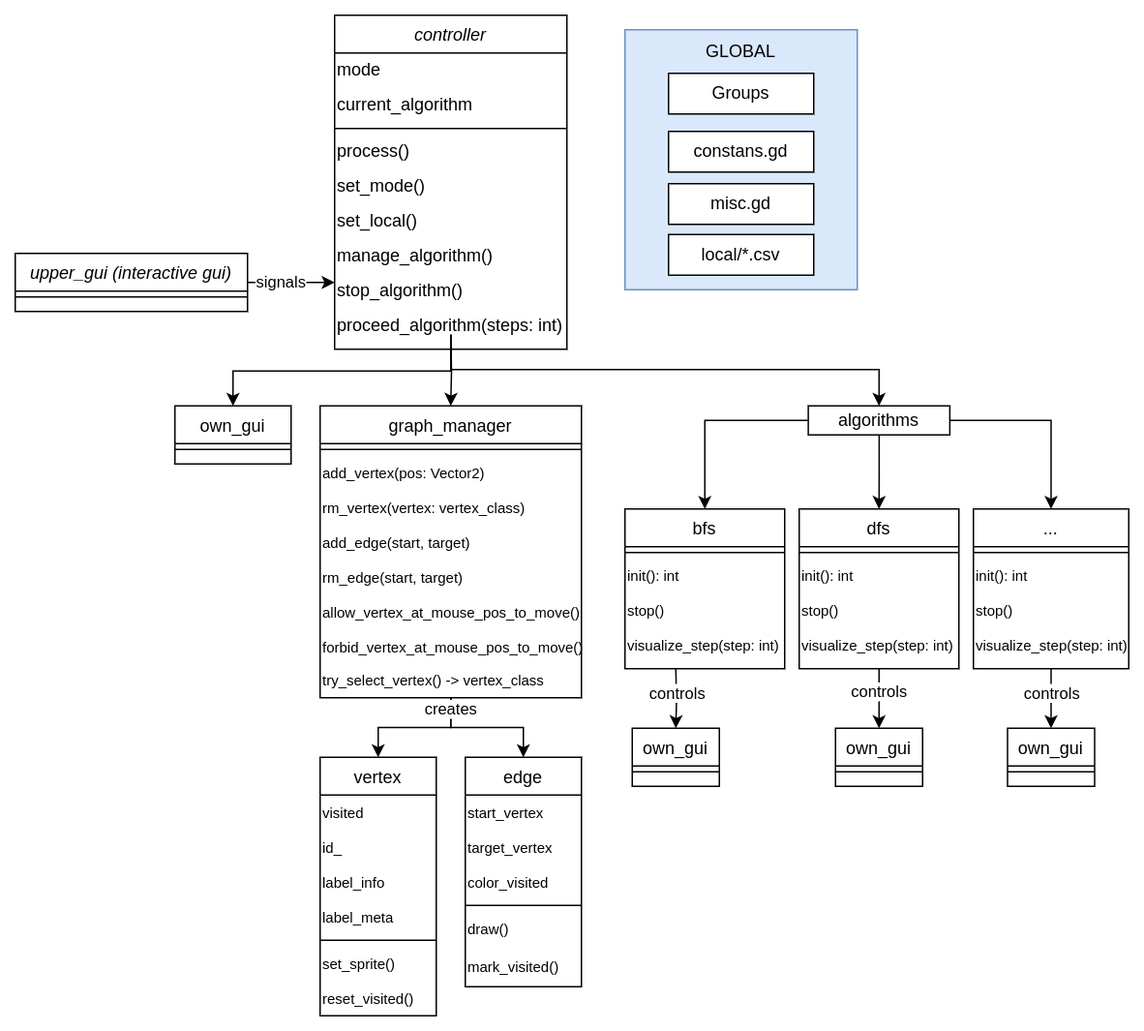
Earlier version of the draw.io export docs/basic_architecture.png (cppcake/visu_alpro). Source tidied: cells renumbered, new cells last; positions are measured from the earlier drawing's top-left corner, leaving out a move shared by most shapes.
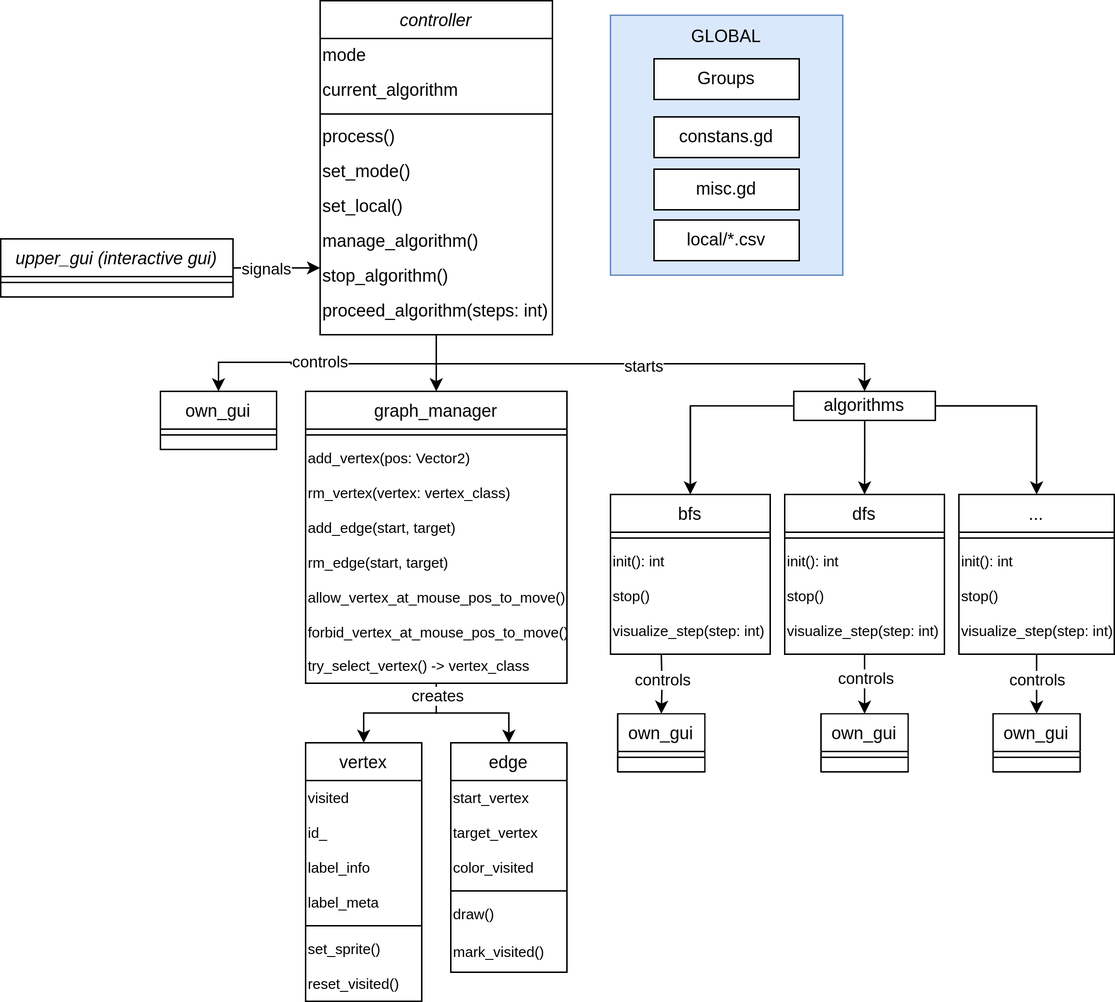
After the change.

Change to the diagram source:
```diff
@@ -5,6 +5,26 @@
     <mxCell id="2" style="whiteSpace=wrap;html=1;fillColor=#dae8fc;strokeColor=#6c8ebf;align=center;" parent="1" vertex="1">
       <mxGeometry x="420" y="10" width="160" height="179" as="geometry" />
     </mxCell>
+    <mxCell id="85" style="edgeStyle=orthogonalEdgeStyle;rounded=0;jettySize=auto;html=1;exitX=0.5;exitY=1;exitDx=0;exitDy=0;entryX=0.5;entryY=0;entryDx=0;entryDy=0;" parent="1" edge="1" source="3" target="16">
+      <mxGeometry relative="1" as="geometry" />
+    </mxCell>
+    <mxCell id="86" style="edgeStyle=orthogonalEdgeStyle;rounded=0;jettySize=auto;html=1;exitX=0.5;exitY=1;exitDx=0;exitDy=0;entryX=0.5;entryY=0;entryDx=0;entryDy=0;" parent="1" edge="1" source="3" target="67">
+      <mxGeometry relative="1" as="geometry" />
+    </mxCell>
+    <mxCell id="87" value="controls" style="edgeLabel;html=1;align=center;verticalAlign=middle;" parent="86" vertex="1">
+      <mxGeometry x="0.05" y="-2" relative="1" as="geometry" />
+    </mxCell>
+    <mxCell id="88" style="edgeStyle=orthogonalEdgeStyle;rounded=0;jettySize=auto;html=1;exitX=0.5;exitY=1;exitDx=0;exitDy=0;entryX=0.5;entryY=0;entryDx=0;entryDy=0;" parent="1" edge="1" source="3" target="78">
+      <mxGeometry relative="1" as="geometry">
+        <Array as="points">
+          <mxPoint x="300" y="250" />
+          <mxPoint x="595" y="250" />
+        </Array>
+      </mxGeometry>
+    </mxCell>
+    <mxCell id="89" value="starts" style="edgeLabel;html=1;align=center;verticalAlign=middle;" parent="88" vertex="1">
+      <mxGeometry x="-0.03" y="-1" relative="1" as="geometry" />
+    </mxCell>
     <mxCell id="3" value="controller" style="swimlane;fontStyle=2;align=center;verticalAlign=top;horizontal=1;startSize=26;rounded=0;shadow=0;strokeWidth=1;" parent="1" vertex="1">
       <mxGeometry x="220" width="160" height="230" as="geometry" />
     </mxCell>
@@ -248,28 +268,5 @@
     <mxCell id="81" value="local/*.csv" style="rounded=0;whiteSpace=wrap;html=1;" parent="1" vertex="1">
       <mxGeometry x="450" y="151" width="100" height="28" as="geometry" />
     </mxCell>
-    <mxCell id="82" style="edgeStyle=orthogonalEdgeStyle;rounded=0;jettySize=auto;html=1;entryX=0.5;entryY=0;entryDx=0;entryDy=0;" parent="1" edge="1" target="16">
-      <mxGeometry relative="1" as="geometry">
-        <mxPoint x="300" y="220" as="sourcePoint" />
-      </mxGeometry>
-    </mxCell>
-    <mxCell id="83" style="edgeStyle=orthogonalEdgeStyle;rounded=0;jettySize=auto;html=1;entryX=0.5;entryY=0;entryDx=0;entryDy=0;" parent="1" edge="1" target="67">
-      <mxGeometry relative="1" as="geometry">
-        <mxPoint x="300" y="220" as="sourcePoint" />
-        <Array as="points">
-          <mxPoint x="300" y="245" />
-          <mxPoint x="150" y="245" />
-        </Array>
-      </mxGeometry>
-    </mxCell>
-    <mxCell id="84" style="edgeStyle=orthogonalEdgeStyle;rounded=0;jettySize=auto;html=1;entryX=0.5;entryY=0;entryDx=0;entryDy=0;" parent="1" edge="1" target="78">
-      <mxGeometry relative="1" as="geometry">
-        <mxPoint x="300" y="220" as="sourcePoint" />
-        <Array as="points">
-          <mxPoint x="300" y="244" />
-          <mxPoint x="595" y="244" />
-        </Array>
-      </mxGeometry>
-    </mxCell>
   </root>
 </mxGraphModel>
```
